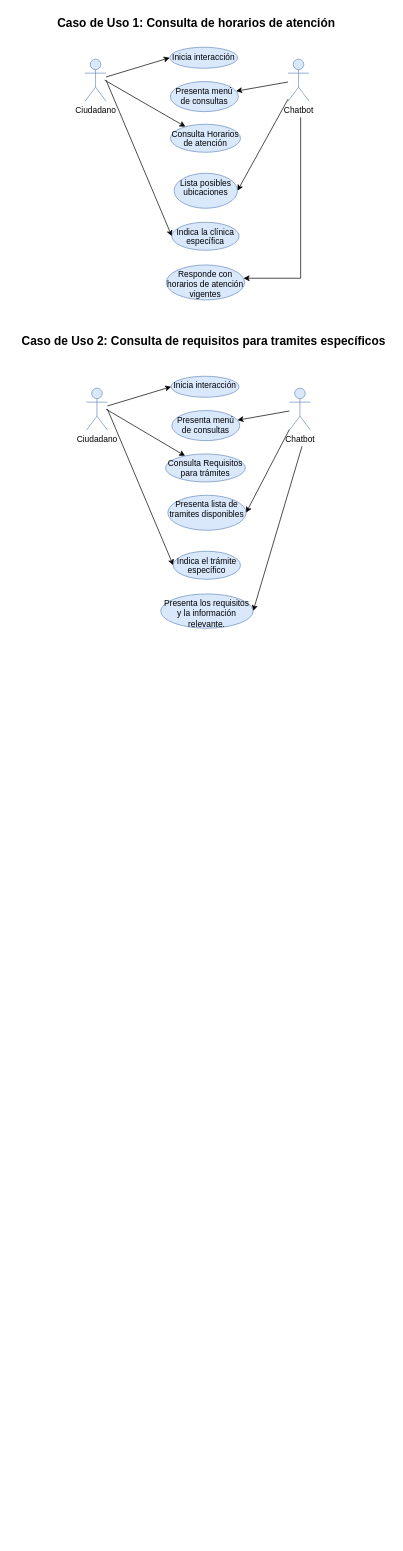
Earlier version of the draw.io diagram flujos/Casos de Uso Grupo 20.drawio (ada-gonzalez/grupo20_Chatbot). Source tidied: cells renumbered, new cells numbered last; positions are measured from the earlier drawing's top-left corner, leaving out a move shared by most shapes. Both pictures are drawn from the tidied source at 70%, with x=0, y=0 at pixel (19, 12).
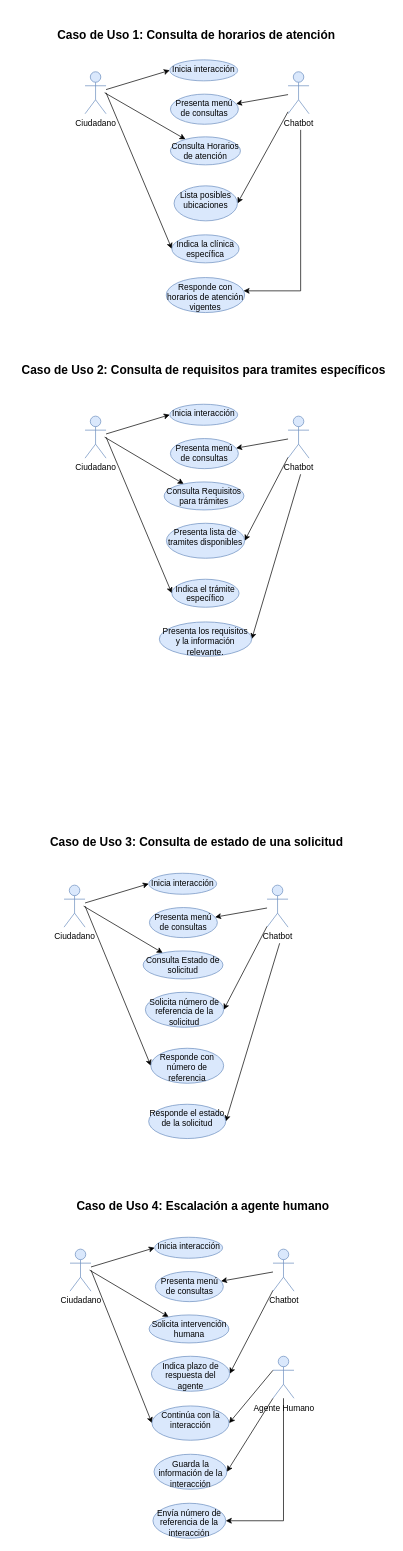
After the change.

What changed in the source:
```diff
@@
     <mxCell id="2" style="rounded=0;jettySize=auto;html=1;" parent="1" edge="1" target="10">
       <mxGeometry relative="1" as="geometry">
-        <mxPoint x="122" y="97" as="sourcePoint" />
+        <mxPoint x="122" y="115" as="sourcePoint" />
       </mxGeometry>
     </mxCell>
     <mxCell id="3" style="rounded=0;jettySize=auto;html=1;entryX=0;entryY=0.5;entryDx=0;entryDy=0;" parent="1" edge="1" target="12">
       <mxGeometry relative="1" as="geometry">
-        <mxPoint x="124" y="97" as="sourcePoint" />
+        <mxPoint x="124" y="115" as="sourcePoint" />
       </mxGeometry>
     </mxCell>
@@
     <mxCell id="5" value="Ciudadano" style="shape=umlActor;verticalLabelPosition=bottom;verticalAlign=top;html=1;fillColor=#dae8fc;strokeColor=#6c8ebf;" parent="1" vertex="1">
-      <mxGeometry x="94" y="67" width="30" height="60" as="geometry" />
+      <mxGeometry x="94" y="85" width="30" height="60" as="geometry" />
     </mxCell>
@@
     <mxCell id="7" style="rounded=0;jettySize=auto;html=1;edgeStyle=orthogonalEdgeStyle;" parent="1" edge="1" target="13">
       <mxGeometry relative="1" as="geometry">
-        <mxPoint x="402" y="150" as="sourcePoint" />
+        <mxPoint x="402" y="168" as="sourcePoint" />
         <Array as="points">
-          <mxPoint x="402" y="380" />
+          <mxPoint x="402" y="398" />
         </Array>
       </mxGeometry>
     </mxCell>
@@
     <mxCell id="9" value="Chatbot" style="shape=umlActor;verticalLabelPosition=bottom;verticalAlign=top;html=1;fillColor=#dae8fc;strokeColor=#6c8ebf;" parent="1" vertex="1">
-      <mxGeometry x="384" y="67" width="30" height="60" as="geometry" />
+      <mxGeometry x="384" y="85" width="30" height="60" as="geometry" />
     </mxCell>
     <mxCell id="10" value="&lt;div&gt;&lt;span style=&quot;background-color: transparent; color: light-dark(rgb(0, 0, 0), rgb(255, 255, 255));&quot;&gt;Consulta Horarios de atención&lt;/span&gt;&lt;/div&gt;" style="ellipse;whiteSpace=wrap;html=1;verticalAlign=top;fillColor=#dae8fc;strokeColor=#6c8ebf;align=center;" parent="1" vertex="1">
-      <mxGeometry x="216" y="160" width="100" height="40" as="geometry" />
+      <mxGeometry x="216" y="178" width="100" height="40" as="geometry" />
     </mxCell>
     <mxCell id="11" value="Lista posibles ubicaciones" style="ellipse;whiteSpace=wrap;html=1;verticalAlign=top;fillColor=#dae8fc;strokeColor=#6c8ebf;" parent="1" vertex="1">
-      <mxGeometry x="221.2" y="230" width="90.5" height="50" as="geometry" />
+      <mxGeometry x="221.2" y="248" width="90.5" height="50" as="geometry" />
     </mxCell>
     <mxCell id="12" value="&lt;div&gt;&lt;span style=&quot;background-color: transparent; color: light-dark(rgb(0, 0, 0), rgb(255, 255, 255));&quot;&gt;Indica la clínica específica&lt;/span&gt;&lt;/div&gt;" style="ellipse;whiteSpace=wrap;html=1;verticalAlign=top;fillColor=#dae8fc;strokeColor=#6c8ebf;" parent="1" vertex="1">
-      <mxGeometry x="218" y="300" width="96" height="40" as="geometry" />
+      <mxGeometry x="218" y="318" width="96" height="40" as="geometry" />
     </mxCell>
     <mxCell id="13" value="Responde con horarios de atención vigentes" style="ellipse;whiteSpace=wrap;html=1;verticalAlign=top;fillColor=#dae8fc;strokeColor=#6c8ebf;" parent="1" vertex="1">
-      <mxGeometry x="210" y="361" width="112" height="50" as="geometry" />
+      <mxGeometry x="210" y="379" width="112" height="50" as="geometry" />
     </mxCell>
     <mxCell id="14" value="&lt;font style=&quot;font-size: 17px;&quot; face=&quot;Helvetica&quot;&gt;Caso de Uso 1:&amp;nbsp;&lt;span lang=&quot;ES-419&quot; class=&quot;TextRun SCXW121727253 BCX0&quot; style=&quot;-webkit-user-drag: none; -webkit-tap-highlight-color: transparent; margin: 0px; padding: 0px; user-select: text; text-align: left; background-color: rgb(255, 255, 255); line-height: 24px; font-variant-ligatures: none !important;&quot;&gt;&lt;span class=&quot;NormalTextRun SCXW121727253 BCX0&quot; style=&quot;-webkit-user-drag: none; -webkit-tap-highlight-color: transparent; margin: 0px; padding: 0px; user-select: text;&quot;&gt;Consulta de horarios de atención&lt;/span&gt;&lt;/span&gt;&lt;span class=&quot;EOP SCXW121727253 BCX0&quot; style=&quot;-webkit-user-drag: none; -webkit-tap-highlight-color: transparent; margin: 0px; padding: 0px; user-select: text; text-align: left; background-color: rgb(255, 255, 255); line-height: 24px;&quot;&gt;&amp;nbsp;&lt;/span&gt;&lt;/font&gt;" style="text;html=1;whiteSpace=wrap;align=center;verticalAlign=middle;rounded=0;fontStyle=1;" parent="1" vertex="1">
-      <mxGeometry x="30" width="451" height="30" as="geometry" />
+      <mxGeometry x="30" y="18" width="451" height="30" as="geometry" />
     </mxCell>
     <mxCell id="15" value="&lt;font style=&quot;font-size: 17px;&quot; face=&quot;Helvetica&quot;&gt;Caso de Uso 2:&amp;nbsp;&lt;span lang=&quot;ES-419&quot; class=&quot;TextRun SCXW121727253 BCX0&quot; style=&quot;-webkit-user-drag: none; -webkit-tap-highlight-color: transparent; margin: 0px; padding: 0px; user-select: text; text-align: left; background-color: rgb(255, 255, 255); line-height: 24px; font-variant-ligatures: none !important;&quot;&gt;&lt;span class=&quot;NormalTextRun SCXW121727253 BCX0&quot; style=&quot;-webkit-user-drag: none; -webkit-tap-highlight-color: transparent; margin: 0px; padding: 0px; user-select: text;&quot;&gt;Consulta de requisitos para tramites específicos&lt;/span&gt;&lt;/span&gt;&lt;span class=&quot;EOP SCXW121727253 BCX0&quot; style=&quot;-webkit-user-drag: none; -webkit-tap-highlight-color: transparent; margin: 0px; padding: 0px; user-select: text; text-align: left; background-color: rgb(255, 255, 255); line-height: 24px;&quot;&gt;&amp;nbsp;&lt;/span&gt;&lt;/font&gt;" style="text;html=1;whiteSpace=wrap;align=center;verticalAlign=middle;rounded=0;fontStyle=1;" parent="1" vertex="1">
-      <mxGeometry y="455" width="532" height="30" as="geometry" />
+      <mxGeometry y="497" width="532" height="30" as="geometry" />
     </mxCell>
     <mxCell id="16" value="Presenta menú de consultas" style="ellipse;whiteSpace=wrap;html=1;verticalAlign=top;fillColor=#dae8fc;strokeColor=#6c8ebf;" parent="1" vertex="1">
-      <mxGeometry x="216" y="99" width="97" height="43" as="geometry" />
+      <mxGeometry x="216" y="117" width="97" height="43" as="geometry" />
     </mxCell>
     <mxCell id="17" value="Inicia interacción" style="ellipse;whiteSpace=wrap;html=1;verticalAlign=top;fillColor=#dae8fc;strokeColor=#6c8ebf;" parent="1" vertex="1">
-      <mxGeometry x="215" y="50" width="97" height="30" as="geometry" />
+      <mxGeometry x="215" y="68" width="97" height="30" as="geometry" />
     </mxCell>
     <mxCell id="18" style="rounded=0;jettySize=auto;html=1;" parent="1" edge="1" target="26">
       <mxGeometry relative="1" as="geometry">
-        <mxPoint x="124" y="567" as="sourcePoint" />
+        <mxPoint x="122" y="607" as="sourcePoint" />
       </mxGeometry>
     </mxCell>
     <mxCell id="19" style="rounded=0;jettySize=auto;html=1;entryX=0;entryY=0.5;entryDx=0;entryDy=0;" parent="1" edge="1" target="28">
       <mxGeometry relative="1" as="geometry">
-        <mxPoint x="126" y="567" as="sourcePoint" />
+        <mxPoint x="124" y="607" as="sourcePoint" />
       </mxGeometry>
     </mxCell>
@@
     <mxCell id="21" value="Ciudadano" style="shape=umlActor;verticalLabelPosition=bottom;verticalAlign=top;html=1;fillColor=#dae8fc;strokeColor=#6c8ebf;" parent="1" vertex="1">
-      <mxGeometry x="96" y="537" width="30" height="60" as="geometry" />
+      <mxGeometry x="94" y="577" width="30" height="60" as="geometry" />
     </mxCell>
@@
     <mxCell id="23" style="rounded=0;jettySize=auto;html=1;entryX=1;entryY=0.5;entryDx=0;entryDy=0;" parent="1" edge="1" target="29">
       <mxGeometry relative="1" as="geometry">
-        <mxPoint x="404" y="620" as="sourcePoint" />
+        <mxPoint x="402" y="660" as="sourcePoint" />
       </mxGeometry>
     </mxCell>
@@
     <mxCell id="25" value="Chatbot" style="shape=umlActor;verticalLabelPosition=bottom;verticalAlign=top;html=1;fillColor=#dae8fc;strokeColor=#6c8ebf;" parent="1" vertex="1">
-      <mxGeometry x="386" y="537" width="30" height="60" as="geometry" />
+      <mxGeometry x="384" y="577" width="30" height="60" as="geometry" />
     </mxCell>
     <mxCell id="26" value="&lt;div&gt;&lt;span style=&quot;background-color: transparent; color: light-dark(rgb(0, 0, 0), rgb(255, 255, 255));&quot;&gt;Consulta Requisitos para trámites&lt;/span&gt;&lt;/div&gt;" style="ellipse;whiteSpace=wrap;html=1;verticalAlign=top;fillColor=#dae8fc;strokeColor=#6c8ebf;align=center;" parent="1" vertex="1">
-      <mxGeometry x="209" y="631" width="114" height="40" as="geometry" />
+      <mxGeometry x="207" y="671" width="114" height="40" as="geometry" />
     </mxCell>
     <mxCell id="27" value="Presenta lista de tramites disponibles" style="ellipse;whiteSpace=wrap;html=1;verticalAlign=top;fillColor=#dae8fc;strokeColor=#6c8ebf;" parent="1" vertex="1">
-      <mxGeometry x="212.2" y="690" width="111.8" height="50" as="geometry" />
+      <mxGeometry x="210.2" y="730" width="111.8" height="50" as="geometry" />
     </mxCell>
     <mxCell id="28" value="&lt;div&gt;&lt;span style=&quot;background-color: transparent; color: light-dark(rgb(0, 0, 0), rgb(255, 255, 255));&quot;&gt;Indica el trámite específico&lt;/span&gt;&lt;/div&gt;" style="ellipse;whiteSpace=wrap;html=1;verticalAlign=top;fillColor=#dae8fc;strokeColor=#6c8ebf;" parent="1" vertex="1">
-      <mxGeometry x="220" y="770" width="96" height="40" as="geometry" />
+      <mxGeometry x="218" y="810" width="96" height="40" as="geometry" />
     </mxCell>
     <mxCell id="29" value="Presenta los requisitos y la información relevante." style="ellipse;whiteSpace=wrap;html=1;verticalAlign=top;fillColor=#dae8fc;strokeColor=#6c8ebf;" parent="1" vertex="1">
-      <mxGeometry x="202.1" y="831" width="132" height="49" as="geometry" />
+      <mxGeometry x="200.1" y="871" width="132" height="49" as="geometry" />
     </mxCell>
     <mxCell id="30" value="Presenta menú de consultas" style="ellipse;whiteSpace=wrap;html=1;verticalAlign=top;fillColor=#dae8fc;strokeColor=#6c8ebf;" parent="1" vertex="1">
-      <mxGeometry x="218" y="569" width="97" height="43" as="geometry" />
+      <mxGeometry x="216" y="609" width="97" height="43" as="geometry" />
     </mxCell>
     <mxCell id="31" value="Inicia interacción" style="ellipse;whiteSpace=wrap;html=1;verticalAlign=top;fillColor=#dae8fc;strokeColor=#6c8ebf;" parent="1" vertex="1">
-      <mxGeometry x="217" y="520" width="97" height="30" as="geometry" />
+      <mxGeometry x="215" y="560" width="97" height="30" as="geometry" />
     </mxCell>
+    <mxCell id="32" style="rounded=0;jettySize=auto;html=1;" parent="1" edge="1" target="40">
+      <mxGeometry relative="1" as="geometry">
+        <mxPoint x="92" y="1277" as="sourcePoint" />
+      </mxGeometry>
+    </mxCell>
+    <mxCell id="33" style="rounded=0;jettySize=auto;html=1;entryX=0;entryY=0.5;entryDx=0;entryDy=0;" parent="1" edge="1" target="42">
+      <mxGeometry relative="1" as="geometry">
+        <mxPoint x="94" y="1277" as="sourcePoint" />
+      </mxGeometry>
+    </mxCell>
+    <mxCell id="34" style="rounded=0;jettySize=auto;html=1;entryX=0;entryY=0.5;entryDx=0;entryDy=0;" parent="1" edge="1" source="35" target="45">
+      <mxGeometry relative="1" as="geometry" />
+    </mxCell>
+    <mxCell id="35" value="Ciudadano" style="shape=umlActor;verticalLabelPosition=bottom;verticalAlign=top;html=1;fillColor=#dae8fc;strokeColor=#6c8ebf;" parent="1" vertex="1">
+      <mxGeometry x="64" y="1247" width="30" height="60" as="geometry" />
+    </mxCell>
+    <mxCell id="36" style="rounded=0;jettySize=auto;html=1;entryX=1;entryY=0.5;entryDx=0;entryDy=0;" parent="1" edge="1" source="39" target="41">
+      <mxGeometry relative="1" as="geometry" />
+    </mxCell>
+    <mxCell id="37" style="rounded=0;jettySize=auto;html=1;entryX=1;entryY=0.5;entryDx=0;entryDy=0;" parent="1" edge="1" target="43">
+      <mxGeometry relative="1" as="geometry">
+        <mxPoint x="372" y="1330" as="sourcePoint" />
+      </mxGeometry>
+    </mxCell>
+    <mxCell id="38" style="rounded=0;jettySize=auto;html=1;" parent="1" edge="1" source="39" target="44">
+      <mxGeometry relative="1" as="geometry" />
+    </mxCell>
+    <mxCell id="39" value="Chatbot" style="shape=umlActor;verticalLabelPosition=bottom;verticalAlign=top;html=1;fillColor=#dae8fc;strokeColor=#6c8ebf;" parent="1" vertex="1">
+      <mxGeometry x="354" y="1247" width="30" height="60" as="geometry" />
+    </mxCell>
+    <mxCell id="40" value="&lt;div&gt;&lt;span style=&quot;background-color: transparent; color: light-dark(rgb(0, 0, 0), rgb(255, 255, 255));&quot;&gt;Consulta Estado de solicitud&lt;/span&gt;&lt;/div&gt;" style="ellipse;whiteSpace=wrap;html=1;verticalAlign=top;fillColor=#dae8fc;strokeColor=#6c8ebf;align=center;" parent="1" vertex="1">
+      <mxGeometry x="177" y="1341" width="114" height="40" as="geometry" />
+    </mxCell>
+    <mxCell id="41" value="Solicita número de referencia de la solicitud" style="ellipse;whiteSpace=wrap;html=1;verticalAlign=top;fillColor=#dae8fc;strokeColor=#6c8ebf;" parent="1" vertex="1">
+      <mxGeometry x="180.2" y="1400" width="111.8" height="50" as="geometry" />
+    </mxCell>
+    <mxCell id="42" value="Responde con número de referencia" style="ellipse;whiteSpace=wrap;html=1;verticalAlign=top;fillColor=#dae8fc;strokeColor=#6c8ebf;" parent="1" vertex="1">
+      <mxGeometry x="188" y="1480" width="104" height="50" as="geometry" />
+    </mxCell>
+    <mxCell id="43" value="Responde el estado de la solicitud" style="ellipse;whiteSpace=wrap;html=1;verticalAlign=top;fillColor=#dae8fc;strokeColor=#6c8ebf;" parent="1" vertex="1">
+      <mxGeometry x="184.9" y="1560" width="110.1" height="49" as="geometry" />
+    </mxCell>
+    <mxCell id="44" value="Presenta menú de consultas" style="ellipse;whiteSpace=wrap;html=1;verticalAlign=top;fillColor=#dae8fc;strokeColor=#6c8ebf;" parent="1" vertex="1">
+      <mxGeometry x="186" y="1279" width="97" height="43" as="geometry" />
+    </mxCell>
+    <mxCell id="45" value="Inicia interacción" style="ellipse;whiteSpace=wrap;html=1;verticalAlign=top;fillColor=#dae8fc;strokeColor=#6c8ebf;" parent="1" vertex="1">
+      <mxGeometry x="185" y="1230" width="97" height="30" as="geometry" />
+    </mxCell>
+    <mxCell id="46" value="&lt;font style=&quot;font-size: 17px;&quot; face=&quot;Helvetica&quot;&gt;Caso de Uso 3:&amp;nbsp;&lt;span lang=&quot;ES-419&quot; class=&quot;TextRun SCXW121727253 BCX0&quot; style=&quot;-webkit-user-drag: none; -webkit-tap-highlight-color: transparent; margin: 0px; padding: 0px; user-select: text; text-align: left; background-color: rgb(255, 255, 255); line-height: 24px; font-variant-ligatures: none !important;&quot;&gt;&lt;span class=&quot;NormalTextRun SCXW121727253 BCX0&quot; style=&quot;-webkit-user-drag: none; -webkit-tap-highlight-color: transparent; margin: 0px; padding: 0px; user-select: text;&quot;&gt;Consulta de estado de una solicitud&lt;/span&gt;&lt;/span&gt;&lt;span class=&quot;EOP SCXW121727253 BCX0&quot; style=&quot;-webkit-user-drag: none; -webkit-tap-highlight-color: transparent; margin: 0px; padding: 0px; user-select: text; text-align: left; background-color: rgb(255, 255, 255); line-height: 24px;&quot;&gt;&amp;nbsp;&lt;/span&gt;&lt;/font&gt;" style="text;html=1;whiteSpace=wrap;align=center;verticalAlign=middle;rounded=0;fontStyle=1;" parent="1" vertex="1">
+      <mxGeometry x="-10" y="1170" width="532" height="30" as="geometry" />
+    </mxCell>
+    <mxCell id="47" style="rounded=0;jettySize=auto;html=1;" parent="1" edge="1" target="55">
+      <mxGeometry relative="1" as="geometry">
+        <mxPoint x="100.5" y="1797" as="sourcePoint" />
+      </mxGeometry>
+    </mxCell>
+    <mxCell id="48" style="rounded=0;jettySize=auto;html=1;entryX=0;entryY=0.5;entryDx=0;entryDy=0;" parent="1" edge="1" target="58">
+      <mxGeometry relative="1" as="geometry">
+        <mxPoint x="102.5" y="1797" as="sourcePoint" />
+      </mxGeometry>
+    </mxCell>
+    <mxCell id="49" style="rounded=0;jettySize=auto;html=1;entryX=0;entryY=0.5;entryDx=0;entryDy=0;" parent="1" edge="1" source="50" target="60">
+      <mxGeometry relative="1" as="geometry" />
+    </mxCell>
+    <mxCell id="50" value="Ciudadano" style="shape=umlActor;verticalLabelPosition=bottom;verticalAlign=top;html=1;fillColor=#dae8fc;strokeColor=#6c8ebf;" parent="1" vertex="1">
+      <mxGeometry x="72.5" y="1767" width="30" height="60" as="geometry" />
+    </mxCell>
+    <mxCell id="51" style="rounded=0;jettySize=auto;html=1;entryX=1;entryY=0.5;entryDx=0;entryDy=0;" parent="1" edge="1" source="54" target="56">
+      <mxGeometry relative="1" as="geometry" />
+    </mxCell>
+    <mxCell id="52" style="rounded=0;jettySize=auto;html=1;entryX=1;entryY=0.5;entryDx=0;entryDy=0;exitX=0;exitY=0.3333333333333333;exitDx=0;exitDy=0;exitPerimeter=0;" parent="1" edge="1" source="64" target="58">
+      <mxGeometry relative="1" as="geometry" />
+    </mxCell>
+    <mxCell id="53" style="rounded=0;jettySize=auto;html=1;" parent="1" edge="1" source="54" target="59">
+      <mxGeometry relative="1" as="geometry" />
+    </mxCell>
+    <mxCell id="54" value="Chatbot" style="shape=umlActor;verticalLabelPosition=bottom;verticalAlign=top;html=1;fillColor=#dae8fc;strokeColor=#6c8ebf;" parent="1" vertex="1">
+      <mxGeometry x="362.5" y="1767" width="30" height="60" as="geometry" />
+    </mxCell>
+    <mxCell id="55" value="Solicita intervención humana" style="ellipse;whiteSpace=wrap;html=1;verticalAlign=top;fillColor=#dae8fc;strokeColor=#6c8ebf;align=center;" parent="1" vertex="1">
+      <mxGeometry x="185.5" y="1861" width="114" height="40" as="geometry" />
+    </mxCell>
+    <mxCell id="56" value="Indica plazo de respuesta del agente" style="ellipse;whiteSpace=wrap;html=1;verticalAlign=top;fillColor=#dae8fc;strokeColor=#6c8ebf;" parent="1" vertex="1">
+      <mxGeometry x="188.8" y="1920" width="111.8" height="50" as="geometry" />
+    </mxCell>
+    <mxCell id="57" value="Guarda la información de la interacción" style="ellipse;whiteSpace=wrap;html=1;verticalAlign=top;fillColor=#dae8fc;strokeColor=#6c8ebf;" parent="1" vertex="1">
+      <mxGeometry x="192.6" y="2060" width="104" height="50" as="geometry" />
+    </mxCell>
+    <mxCell id="58" value="Continúa con la interacción" style="ellipse;whiteSpace=wrap;html=1;verticalAlign=top;fillColor=#dae8fc;strokeColor=#6c8ebf;" parent="1" vertex="1">
+      <mxGeometry x="189.6" y="1991" width="110.1" height="49" as="geometry" />
+    </mxCell>
+    <mxCell id="59" value="Presenta menú de consultas" style="ellipse;whiteSpace=wrap;html=1;verticalAlign=top;fillColor=#dae8fc;strokeColor=#6c8ebf;" parent="1" vertex="1">
+      <mxGeometry x="194.5" y="1799" width="97" height="43" as="geometry" />
+    </mxCell>
+    <mxCell id="60" value="Inicia interacción" style="ellipse;whiteSpace=wrap;html=1;verticalAlign=top;fillColor=#dae8fc;strokeColor=#6c8ebf;" parent="1" vertex="1">
+      <mxGeometry x="193.5" y="1750" width="97" height="30" as="geometry" />
+    </mxCell>
+    <mxCell id="61" value="&lt;font style=&quot;font-size: 17px;&quot; face=&quot;Helvetica&quot;&gt;Caso de Uso 4:&amp;nbsp;&lt;span lang=&quot;ES-419&quot; class=&quot;TextRun SCXW121727253 BCX0&quot; style=&quot;-webkit-user-drag: none; -webkit-tap-highlight-color: transparent; margin: 0px; padding: 0px; user-select: text; text-align: left; background-color: rgb(255, 255, 255); line-height: 24px; font-variant-ligatures: none !important;&quot;&gt;&lt;span class=&quot;NormalTextRun SCXW121727253 BCX0&quot; style=&quot;-webkit-user-drag: none; -webkit-tap-highlight-color: transparent; margin: 0px; padding: 0px; user-select: text;&quot;&gt;Escalación a agente humano&lt;/span&gt;&lt;/span&gt;&lt;span class=&quot;EOP SCXW121727253 BCX0&quot; style=&quot;-webkit-user-drag: none; -webkit-tap-highlight-color: transparent; margin: 0px; padding: 0px; user-select: text; text-align: left; background-color: rgb(255, 255, 255); line-height: 24px;&quot;&gt;&amp;nbsp;&lt;/span&gt;&lt;/font&gt;" style="text;html=1;whiteSpace=wrap;align=center;verticalAlign=middle;rounded=0;fontStyle=1;" parent="1" vertex="1">
+      <mxGeometry x="-1.5" y="1690" width="532" height="30" as="geometry" />
+    </mxCell>
+    <mxCell id="62" style="rounded=0;jettySize=auto;html=1;exitX=0;exitY=1;exitDx=0;exitDy=0;exitPerimeter=0;entryX=1;entryY=0.5;entryDx=0;entryDy=0;" parent="1" edge="1" source="64" target="57">
+      <mxGeometry relative="1" as="geometry" />
+    </mxCell>
+    <mxCell id="63" style="edgeStyle=orthogonalEdgeStyle;rounded=0;jettySize=auto;html=1;entryX=1;entryY=0.5;entryDx=0;entryDy=0;" parent="1" edge="1" source="64" target="65">
+      <mxGeometry relative="1" as="geometry">
+        <Array as="points">
+          <mxPoint x="378" y="2155" />
+        </Array>
+      </mxGeometry>
+    </mxCell>
+    <mxCell id="64" value="Agente Humano&lt;div&gt;&lt;br&gt;&lt;/div&gt;" style="shape=umlActor;verticalLabelPosition=bottom;verticalAlign=top;html=1;fillColor=#dae8fc;strokeColor=#6c8ebf;" parent="1" vertex="1">
+      <mxGeometry x="362.5" y="1920" width="30" height="60" as="geometry" />
+    </mxCell>
+    <mxCell id="65" value="Envía número de referencia de la interacción" style="ellipse;whiteSpace=wrap;html=1;verticalAlign=top;fillColor=#dae8fc;strokeColor=#6c8ebf;" parent="1" vertex="1">
+      <mxGeometry x="191" y="2130" width="104" height="50" as="geometry" />
+    </mxCell>
```
